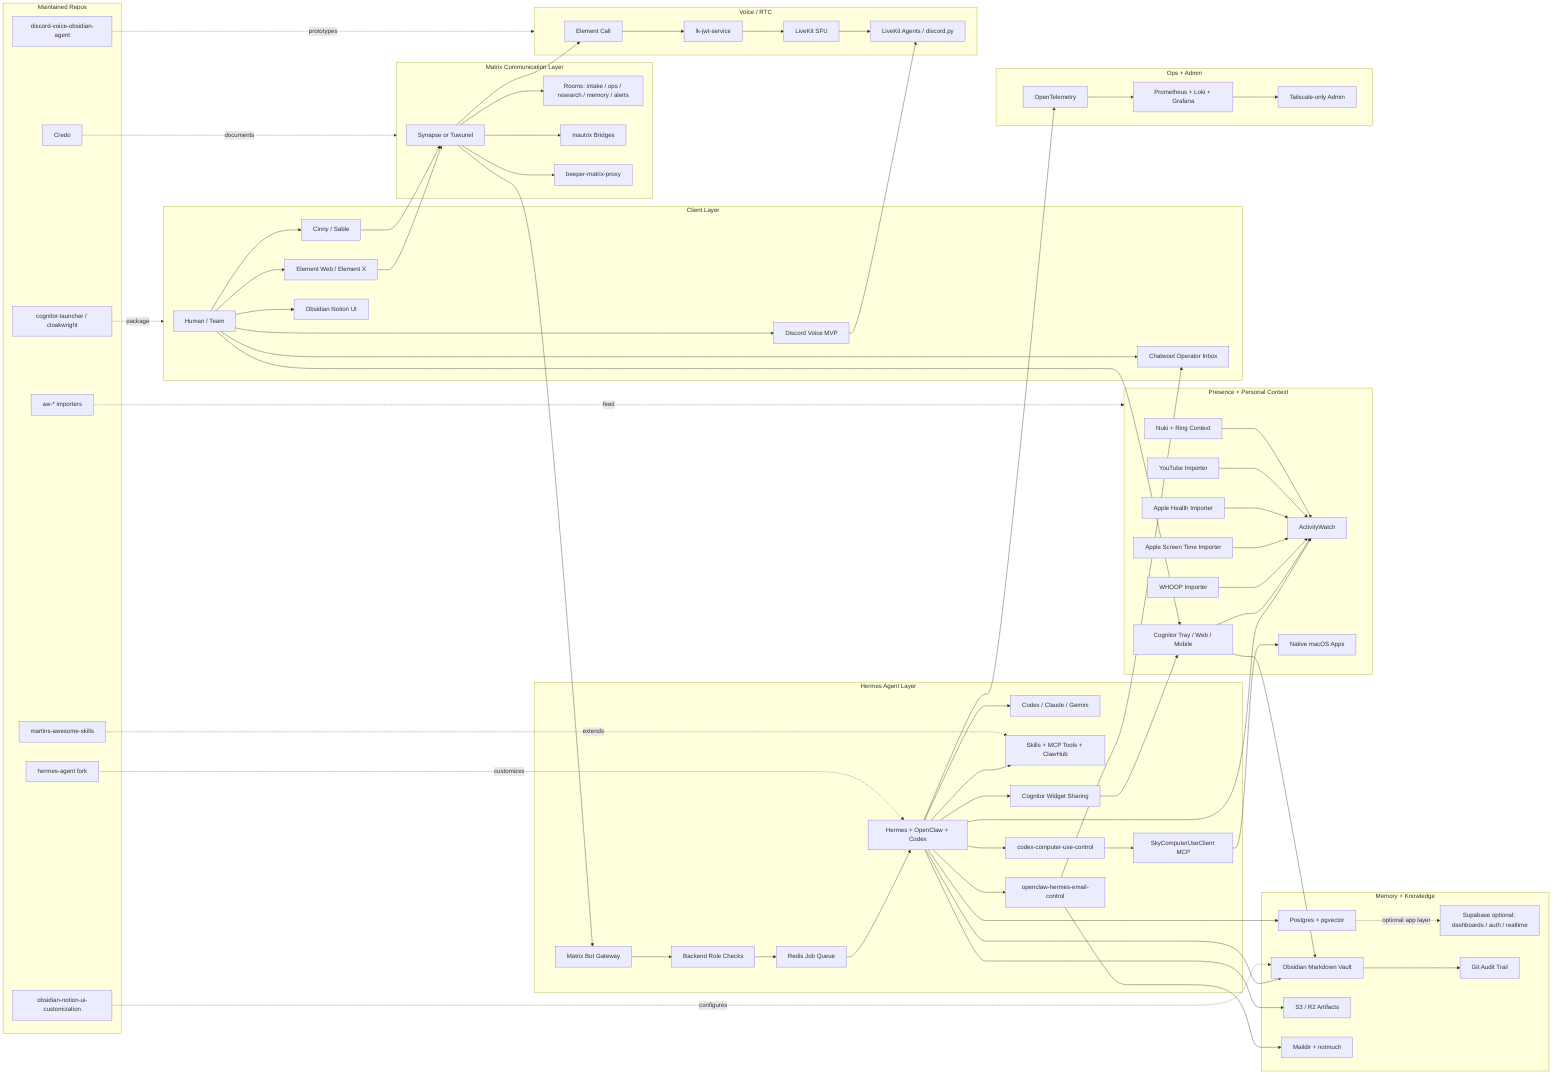
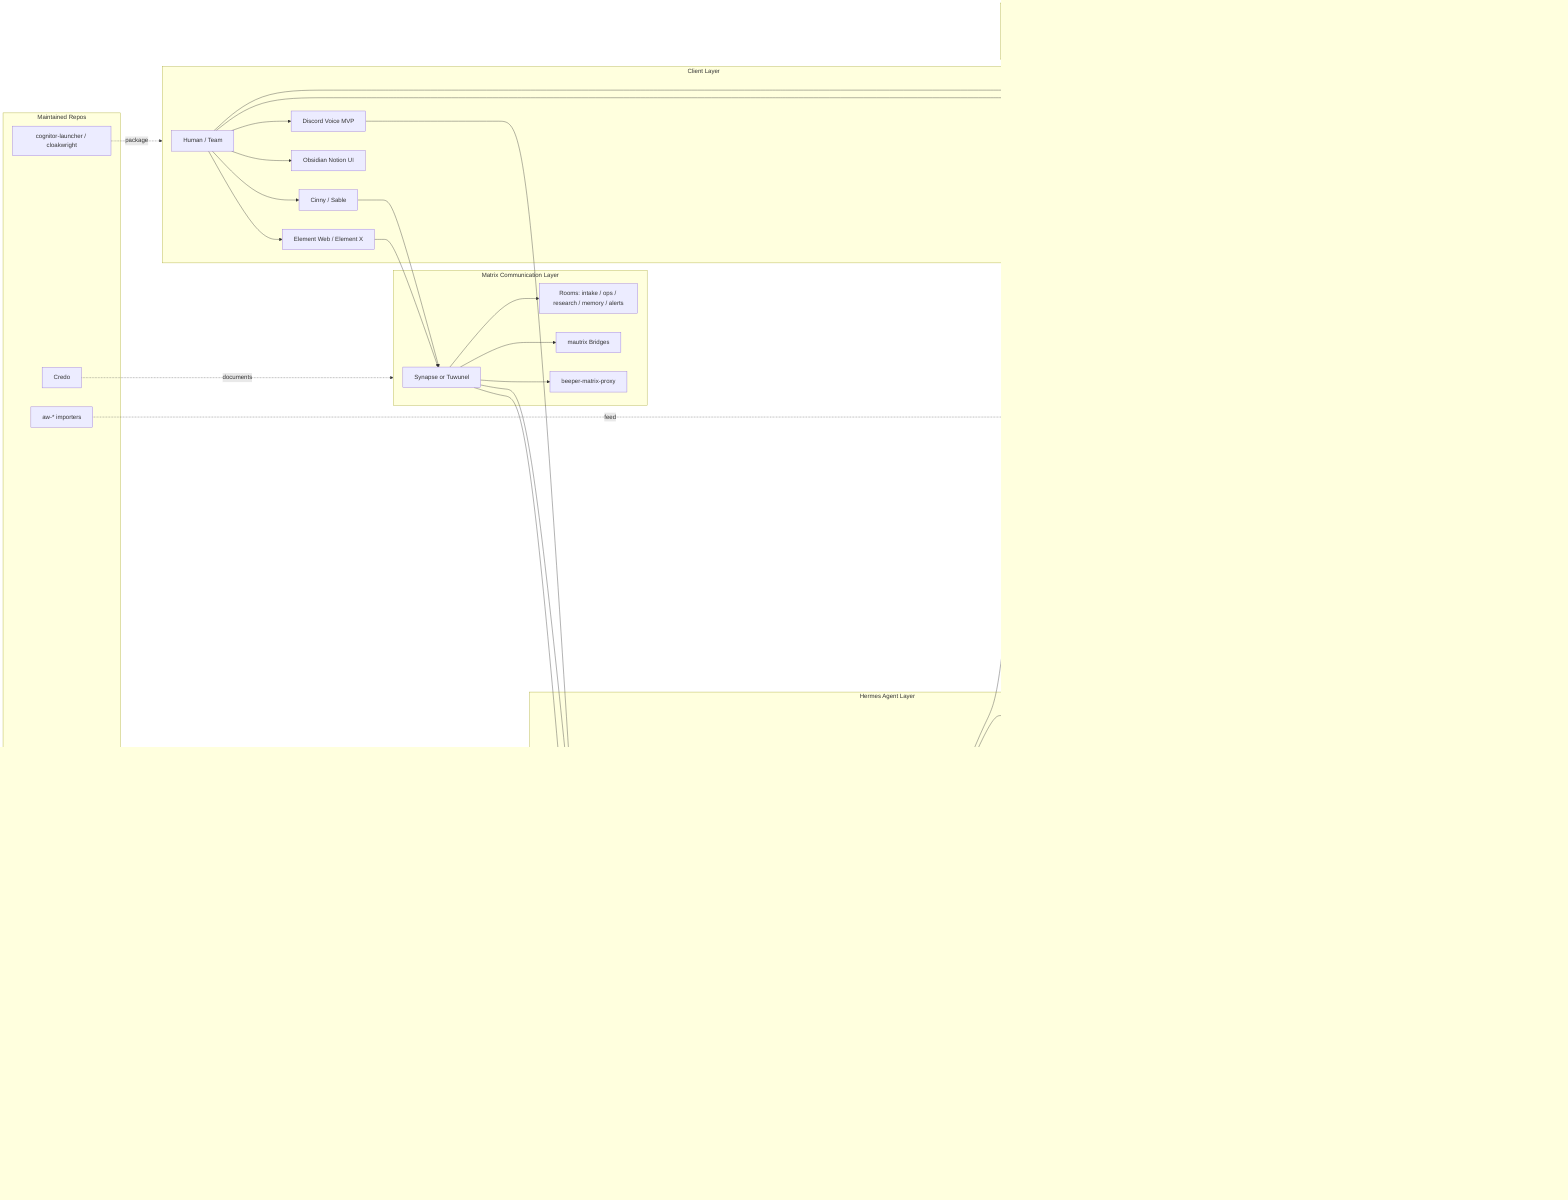
flowchart LR
  subgraph Clients["Client Layer"]
    Human["Human / Team"]
    Element["Element Web / Element X"]
    Cinny["Cinny / Sable"]
    Discord["Discord Voice MVP"]
    ObsidianUI["Obsidian Notion UI"]
    ChatwootUI["Chatwoot Operator Inbox"]
  end

  subgraph MatrixLayer["Matrix Communication Layer"]
    Homeserver["Synapse or Tuwunel"]
    Rooms["Rooms: intake / ops / research / memory / alerts"]
    Bridges["mautrix Bridges"]
    Beeper["beeper-matrix-proxy"]
  end

  subgraph AgentLayer["Hermes Agent Layer"]
    Bot["Matrix Bot Gateway"]
-     Authz["Backend Role Checks"]
+     Authz["Backend Policy Gate"]
    Queue["Redis Job Queue"]
    Runtime["Hermes + OpenClaw + Codex"]
+     RuntimePolicy["Runtime Policy Enforcement"]
    Workers["Codex / Claude / Gemini"]
    Skills["Skills + MCP Tools + ClawHub"]
    EmailCtrl["openclaw-hermes-email-control"]
    WidgetShare["Cognitor Widget Sharing"]
    ComputerUseControl["codex-computer-use-control"]
    SkyClient["SkyComputerUseClient MCP"]
  end

  subgraph KnowledgeLayer["Memory + Knowledge"]
    Postgres["Postgres + pgvector"]
    Supabase["Supabase optional: dashboards / auth / realtime"]
    Vault["Obsidian Markdown Vault"]
    Git["Git Audit Trail"]
    Artifacts["S3 / R2 Artifacts"]
    Maildir["Maildir + notmuch"]
  end

  subgraph ContextLayer["Presence + Personal Context"]
    AW["ActivityWatch"]
    Whoop["WHOOP Importer"]
    ScreenTime["Apple Screen Time Importer"]
    Health["Apple Health Importer"]
    YouTube["YouTube Importer"]
    Door["Nuki + Ring Context"]
    Cognitor["Cognitor Tray / Web / Mobile"]
    NativeUI["Native macOS Apps"]
  end

  subgraph VoiceLayer["Voice / RTC"]
    ElementCall["Element Call"]
    LiveKit["LiveKit SFU"]
    JWT["lk-jwt-service"]
-     VoiceAgents["LiveKit Agents / discord.py"]
+     VoiceAgents["Hermes Voice Agent / discord.py"]
  end

  subgraph OpsLayer["Ops + Admin"]
    OTel["OpenTelemetry"]
    Metrics["Prometheus + Loki + Grafana"]
    Tail["Tailscale-only Admin"]
  end

  subgraph OwnRepos["Maintained Repos"]
    StackRepo["Credo"]
    HermesRepo["hermes-agent fork"]
    SkillsRepo["martins-awesome-skills"]
    ObsidianRepo["obsidian-notion-ui-customization"]
    VoiceRepo["discord-voice-obsidian-agent"]
    AWRepos["aw-* importers"]
    CognitorRepos["cognitor-launcher / cloakwright"]
  end

  Human --> Element
  Human --> Cinny
  Human --> Discord
  Human --> ObsidianUI
  Human --> ChatwootUI
  Human --> Cognitor
  Element --> Homeserver
  Cinny --> Homeserver
  Homeserver --> Rooms
  Homeserver --> Bot
  Homeserver --> Bridges
  Homeserver --> Beeper
  Bot --> Authz --> Queue --> Runtime
+   Runtime --> RuntimePolicy
  Runtime --> Workers
-   Runtime --> Skills
+   RuntimePolicy --> Skills
  Runtime --> EmailCtrl
  Runtime --> WidgetShare
  Runtime --> ComputerUseControl --> SkyClient --> NativeUI
  EmailCtrl --> ChatwootUI
  EmailCtrl --> Maildir
  WidgetShare --> Cognitor
  Runtime --> Postgres
  Postgres -. optional app layer .-> Supabase
  Runtime --> Vault --> Git
  Runtime --> Artifacts
  Runtime --> AW
  Cognitor --> AW
  Cognitor --> Vault
  Whoop --> AW
  ScreenTime --> AW
  Health --> AW
  YouTube --> AW
  Door --> AW
-   Homeserver --> ElementCall --> JWT --> LiveKit --> VoiceAgents
+   ElementCall --> JWT
+   Homeserver --> JWT
+   JWT --> LiveKit
+   ElementCall --> LiveKit
+   VoiceAgents --> LiveKit
+   VoiceAgents --> Runtime
  Discord --> VoiceAgents
  Runtime --> OTel --> Metrics --> Tail
  StackRepo -. documents .-> MatrixLayer
  HermesRepo -. customizes .-> Runtime
  SkillsRepo -. extends .-> Skills
  ObsidianRepo -. configures .-> Vault
  VoiceRepo -. prototypes .-> VoiceLayer
  AWRepos -. feed .-> ContextLayer
  CognitorRepos -. package .-> Clients
